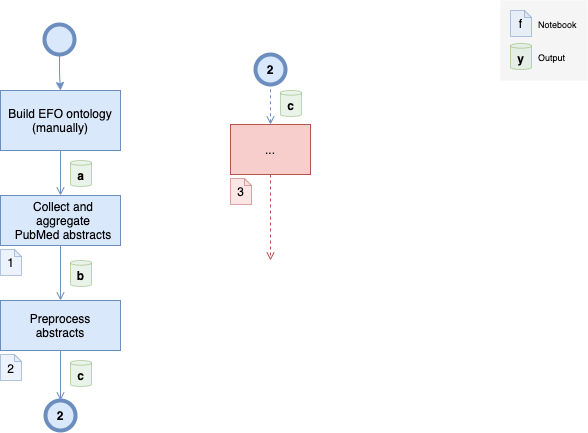
The draw.io diagram docs/pipeline.drawio.png in morteza/CogText, before a commit. Source tidied: cells renumbered, new cells last; positions are measured from the earlier drawing's top-left corner, leaving out a move shared by most shapes.
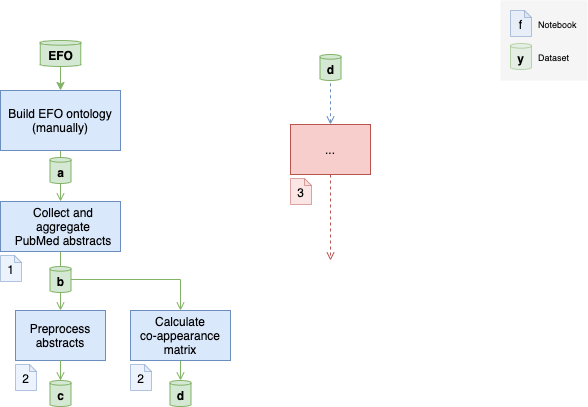
Later version of the same file.

What changed in the source:
```diff
@@ -2,10 +2,10 @@
   <root>
     <mxCell id="0" />
     <mxCell id="1" parent="0" />
-    <mxCell id="2" style="edgeStyle=orthogonalEdgeStyle;rounded=0;jettySize=auto;html=1;sketch=0;shadow=0;fillColor=#dae8fc;strokeColor=#6c8ebf;endArrow=open;endFill=0;" parent="1" edge="1" source="23" target="19">
+    <mxCell id="2" style="edgeStyle=orthogonalEdgeStyle;rounded=0;jettySize=auto;html=1;sketch=0;shadow=0;fillColor=#d5e8d4;strokeColor=#82b366;endArrow=open;endFill=0;" parent="1" edge="1" source="23" target="19">
       <mxGeometry relative="1" as="geometry" />
     </mxCell>
-    <mxCell id="3" style="edgeStyle=orthogonalEdgeStyle;rounded=0;jettySize=auto;html=1;fillColor=#dae8fc;strokeColor=#6c8ebf;endArrow=open;endFill=0;" parent="1" edge="1" source="4" target="23">
+    <mxCell id="3" style="edgeStyle=orthogonalEdgeStyle;rounded=0;jettySize=auto;html=1;fillColor=#d5e8d4;strokeColor=#82b366;endArrow=open;endFill=0;" parent="1" edge="1" source="4" target="23">
       <mxGeometry relative="1" as="geometry">
         <Array as="points">
           <mxPoint x="60" y="170" />
@@ -16,18 +16,9 @@
     <mxCell id="4" value="Build EFO ontology (manually)" style="whiteSpace=wrap;html=1;shadow=0;fillColor=#dae8fc;strokeColor=#6c8ebf;sketch=0;glass=0;" parent="1" vertex="1">
       <mxGeometry y="90" width="120" height="60" as="geometry" />
     </mxCell>
-    <mxCell id="5" value="&lt;font&gt;b&lt;/font&gt;" style="shape=cylinder3;whiteSpace=wrap;html=1;boundedLbl=1;backgroundOutline=1;size=2.3359222412109375;shadow=0;glass=0;sketch=0;fillColor=#d5e8d4;strokeColor=#82b366;fontStyle=1;opacity=50;" parent="1" vertex="1">
-      <mxGeometry x="70" y="260" width="21" height="26" as="geometry" />
-    </mxCell>
-    <mxCell id="6" style="edgeStyle=orthogonalEdgeStyle;rounded=0;jettySize=auto;html=1;fillColor=#dae8fc;strokeColor=#6c8ebf;endArrow=open;endFill=0;entryX=0.5;entryY=0;entryDx=0;entryDy=0;" parent="1" edge="1" source="19" target="30">
-      <mxGeometry relative="1" as="geometry" />
-    </mxCell>
-    <mxCell id="7" value="&lt;font&gt;a&lt;/font&gt;" style="shape=cylinder3;whiteSpace=wrap;html=1;boundedLbl=1;backgroundOutline=1;size=2.3359222412109375;shadow=0;glass=0;sketch=0;fillColor=#d5e8d4;strokeColor=#82b366;fontStyle=1;opacity=50;" parent="1" vertex="1">
-      <mxGeometry x="70" y="160" width="21" height="26" as="geometry" />
+    <mxCell id="7" value="&lt;font&gt;a&lt;/font&gt;" style="shape=cylinder3;whiteSpace=wrap;html=1;boundedLbl=1;backgroundOutline=1;size=2.3359222412109375;shadow=0;glass=0;sketch=0;strokeColor=#82b366;fontStyle=1;fillColor=#d5e8d4;" parent="1" vertex="1">
+      <mxGeometry x="49.5" y="157" width="21" height="26" as="geometry" />
     </mxCell>
-    <mxCell id="8" value="&lt;font&gt;c&lt;/font&gt;" style="shape=cylinder3;whiteSpace=wrap;html=1;boundedLbl=1;backgroundOutline=1;size=2.3359222412109375;shadow=0;glass=0;sketch=0;fillColor=#d5e8d4;strokeColor=#82b366;fontStyle=1;opacity=50;" parent="1" vertex="1">
-      <mxGeometry x="70" y="360" width="21" height="26" as="geometry" />
-    </mxCell>
     <mxCell id="9" style="group;" parent="1" vertex="1">
       <mxGeometry x="500" width="87" height="80" as="geometry" />
     </mxCell>
@@ -43,34 +34,40 @@
     <mxCell id="13" value="Notebook" style="text;html=1;align=left;verticalAlign=middle;strokeColor=none;fontSize=9;shadow=0;" parent="9" vertex="1">
       <mxGeometry x="36" y="14" width="50" height="20" as="geometry" />
     </mxCell>
-    <mxCell id="14" value="Output" style="text;html=1;align=left;verticalAlign=middle;strokeColor=none;fontSize=9;shadow=0;" parent="9" vertex="1">
-      <mxGeometry x="36" y="47" width="40" height="20" as="geometry" />
+    <mxCell id="14" value="Dataset" style="text;html=1;align=left;verticalAlign=middle;strokeColor=none;fontSize=9;shadow=0;" parent="9" vertex="1">
+      <mxGeometry x="36" y="47" width="50" height="20" as="geometry" />
     </mxCell>
-    <mxCell id="15" style="edgeStyle=orthogonalEdgeStyle;rounded=0;jettySize=auto;html=1;exitX=0.5;exitY=0;exitDx=0;exitDy=0;fontSize=12;fontColor=#000000;endArrow=none;endFill=0;dashed=1;startArrow=open;startFill=0;fillColor=#dae8fc;strokeColor=#6c8ebf;" parent="1" edge="1" source="26" target="31">
+    <mxCell id="15" style="edgeStyle=orthogonalEdgeStyle;rounded=0;jettySize=auto;html=1;exitX=0.5;exitY=0;exitDx=0;exitDy=0;fontSize=12;fontColor=#000000;endArrow=none;endFill=0;dashed=1;startArrow=open;startFill=0;fillColor=#dae8fc;strokeColor=#6c8ebf;" parent="1" edge="1" source="26" target="17">
       <mxGeometry relative="1" as="geometry" />
     </mxCell>
     <mxCell id="16" style="edgeStyle=orthogonalEdgeStyle;rounded=0;jettySize=auto;html=1;dashed=1;fontSize=12;fontColor=#000000;startArrow=none;startFill=0;endArrow=open;endFill=0;fillColor=#f8cecc;strokeColor=#b85450;" parent="1" edge="1" source="26">
       <mxGeometry relative="1" as="geometry">
-        <mxPoint x="270" y="260" as="targetPoint" />
+        <mxPoint x="330" y="260" as="targetPoint" />
       </mxGeometry>
     </mxCell>
-    <mxCell id="17" value="&lt;font&gt;c&lt;/font&gt;" style="shape=cylinder3;whiteSpace=wrap;html=1;boundedLbl=1;backgroundOutline=1;size=2.3359222412109375;shadow=0;glass=0;sketch=0;fillColor=#d5e8d4;strokeColor=#82b366;fontStyle=1;opacity=50;" parent="1" vertex="1">
-      <mxGeometry x="280" y="90" width="21" height="26" as="geometry" />
+    <mxCell id="17" value="&lt;font&gt;d&lt;/font&gt;" style="shape=cylinder3;whiteSpace=wrap;html=1;boundedLbl=1;backgroundOutline=1;size=2.3359222412109375;shadow=0;glass=0;sketch=0;fillColor=#d5e8d4;strokeColor=#82b366;fontStyle=1;" parent="1" vertex="1">
+      <mxGeometry x="319.5" y="54" width="21" height="26" as="geometry" />
     </mxCell>
     <mxCell id="18" style="group;" parent="1" vertex="1">
-      <mxGeometry y="300" width="120" height="80" as="geometry" />
+      <mxGeometry x="15" y="310" width="120" height="96" as="geometry" />
     </mxCell>
     <mxCell id="19" value="Preprocess&lt;br&gt;abstracts" style="whiteSpace=wrap;html=1;shadow=0;fillColor=#dae8fc;strokeColor=#6c8ebf;sketch=0;" parent="18" vertex="1">
-      <mxGeometry width="120" height="50" as="geometry" />
+      <mxGeometry width="90" height="50" as="geometry" />
     </mxCell>
     <mxCell id="20" value="2" style="shape=note;whiteSpace=wrap;html=1;backgroundOutline=1;darkOpacity=0.05;shadow=0;size=7;spacingTop=1;sketch=0;fillColor=#dae8fc;strokeColor=#6c8ebf;opacity=50;" parent="18" vertex="1">
       <mxGeometry y="54" width="21" height="26" as="geometry" />
     </mxCell>
+    <mxCell id="8" value="&lt;font&gt;c&lt;/font&gt;" style="shape=cylinder3;whiteSpace=wrap;html=1;boundedLbl=1;backgroundOutline=1;size=2.3359222412109375;shadow=0;glass=0;sketch=0;fillColor=#d5e8d4;strokeColor=#82b366;fontStyle=1;" parent="18" vertex="1">
+      <mxGeometry x="34.5" y="70" width="21" height="26" as="geometry" />
+    </mxCell>
+    <mxCell id="6" style="edgeStyle=orthogonalEdgeStyle;rounded=0;jettySize=auto;html=1;fillColor=#d5e8d4;strokeColor=#82b366;endArrow=open;endFill=0;entryX=0.5;entryY=0;entryDx=0;entryDy=0;entryPerimeter=0;" parent="18" edge="1" source="19" target="8">
+      <mxGeometry relative="1" as="geometry" />
+    </mxCell>
     <mxCell id="21" style="group;opacity=60;" parent="1" vertex="1">
-      <mxGeometry y="195" width="120" height="80" as="geometry" />
+      <mxGeometry y="201" width="120" height="91" as="geometry" />
     </mxCell>
     <mxCell id="22" style="group;" parent="21" vertex="1">
-      <mxGeometry width="120" height="80" as="geometry" />
+      <mxGeometry width="120" height="91" as="geometry" />
     </mxCell>
     <mxCell id="23" value="Collect and aggregate&lt;br&gt;PubMed abstracts" style="whiteSpace=wrap;html=1;shadow=0;fillColor=#dae8fc;strokeColor=#6c8ebf;sketch=0;verticalAlign=middle;align=center;spacingLeft=6;" parent="22" vertex="1">
       <mxGeometry width="120" height="50" as="geometry" />
@@ -78,8 +75,11 @@
     <mxCell id="24" value="1" style="shape=note;whiteSpace=wrap;html=1;backgroundOutline=1;darkOpacity=0.05;shadow=0;size=7;spacingTop=1;sketch=0;fillColor=#dae8fc;strokeColor=#6c8ebf;opacity=50;" parent="22" vertex="1">
       <mxGeometry y="54" width="21" height="26" as="geometry" />
     </mxCell>
+    <mxCell id="5" value="&lt;font&gt;b&lt;/font&gt;" style="shape=cylinder3;whiteSpace=wrap;html=1;boundedLbl=1;backgroundOutline=1;size=2.3359222412109375;shadow=0;glass=0;sketch=0;fillColor=#d5e8d4;strokeColor=#82b366;fontStyle=1;" parent="22" vertex="1">
+      <mxGeometry x="49.5" y="65" width="21" height="26" as="geometry" />
+    </mxCell>
     <mxCell id="25" style="group;" parent="1" vertex="1">
-      <mxGeometry x="230" y="124" width="80" height="80" as="geometry" />
+      <mxGeometry x="290" y="124" width="80" height="80" as="geometry" />
     </mxCell>
     <mxCell id="26" value="..." style="whiteSpace=wrap;html=1;shadow=0;fillColor=#f8cecc;strokeColor=#b85450;sketch=0;" parent="25" vertex="1">
       <mxGeometry width="80" height="50" as="geometry" />
@@ -87,17 +87,30 @@
     <mxCell id="27" value="3" style="shape=note;whiteSpace=wrap;html=1;backgroundOutline=1;darkOpacity=0.05;shadow=0;size=7;spacingTop=1;sketch=0;fillColor=#f8cecc;strokeColor=#b85450;opacity=50;" parent="25" vertex="1">
       <mxGeometry y="54" width="21" height="26" as="geometry" />
     </mxCell>
-    <mxCell id="28" style="edgeStyle=orthogonalEdgeStyle;rounded=0;jettySize=auto;html=1;fillColor=#dae8fc;strokeColor=#6C8EBF;" parent="1" edge="1" source="29" target="4">
-      <mxGeometry relative="1" as="geometry" />
-    </mxCell>
-    <mxCell id="29" style="ellipse;whiteSpace=wrap;html=1;strokeWidth=4;fillColor=#dae8fc;strokeColor=#6c8ebf;fontStyle=1;" parent="1" vertex="1">
-      <mxGeometry x="44" y="24" width="30" height="30" as="geometry" />
-    </mxCell>
-    <mxCell id="30" value="2" style="ellipse;whiteSpace=wrap;html=1;strokeWidth=4;fillColor=#dae8fc;strokeColor=#6c8ebf;fontStyle=1;" parent="1" vertex="1">
-      <mxGeometry x="45" y="400" width="30" height="30" as="geometry" />
-    </mxCell>
-    <mxCell id="31" value="2" style="ellipse;whiteSpace=wrap;html=1;strokeWidth=4;fillColor=#dae8fc;strokeColor=#6c8ebf;fontStyle=1;" parent="1" vertex="1">
-      <mxGeometry x="255" y="54" width="30" height="30" as="geometry" />
-    </mxCell>
+    <mxCell id="32" style="edgeStyle=orthogonalEdgeStyle;rounded=0;jettySize=auto;html=1;exitX=0.5;exitY=1;exitDx=0;exitDy=0;exitPerimeter=0;fillColor=#d5e8d4;strokeColor=#82b366;" parent="1" edge="1" source="33" target="4">
+      <mxGeometry relative="1" as="geometry" />
+    </mxCell>
+    <mxCell id="33" value="&lt;font&gt;EFO&lt;/font&gt;" style="shape=cylinder3;whiteSpace=wrap;html=1;boundedLbl=1;backgroundOutline=1;size=2.3359222412109375;shadow=0;glass=0;sketch=0;strokeColor=#82b366;fontStyle=1;fillColor=#d5e8d4;" parent="1" vertex="1">
+      <mxGeometry x="39.8" y="40" width="40.5" height="26" as="geometry" />
+    </mxCell>
+    <mxCell id="34" style="edgeStyle=orthogonalEdgeStyle;rounded=0;jettySize=auto;html=1;exitX=0.5;exitY=1;exitDx=0;exitDy=0;entryX=0.5;entryY=0;entryDx=0;entryDy=0;entryPerimeter=0;endArrow=open;endFill=0;fillColor=#d5e8d4;strokeColor=#82b366;" parent="1" edge="1" source="35" target="38">
+      <mxGeometry relative="1" as="geometry" />
+    </mxCell>
+    <mxCell id="35" value="Calculate&lt;br&gt;co-appearance&lt;br&gt;matrix" style="whiteSpace=wrap;html=1;shadow=0;fillColor=#dae8fc;strokeColor=#6c8ebf;sketch=0;" parent="1" vertex="1">
+      <mxGeometry x="130" y="310" width="100" height="50" as="geometry" />
+    </mxCell>
+    <mxCell id="36" style="edgeStyle=orthogonalEdgeStyle;rounded=0;jettySize=auto;html=1;endArrow=open;endFill=0;fillColor=#d5e8d4;strokeColor=#82b366;" parent="1" edge="1" source="5" target="35">
+      <mxGeometry relative="1" as="geometry">
+        <Array as="points">
+          <mxPoint x="180" y="279" />
+        </Array>
+      </mxGeometry>
+    </mxCell>
+    <mxCell id="37" value="2" style="shape=note;whiteSpace=wrap;html=1;backgroundOutline=1;darkOpacity=0.05;shadow=0;size=7;spacingTop=1;sketch=0;fillColor=#dae8fc;strokeColor=#6c8ebf;opacity=50;" parent="1" vertex="1">
+      <mxGeometry x="130" y="364" width="21" height="26" as="geometry" />
+    </mxCell>
+    <mxCell id="38" value="&lt;font&gt;d&lt;/font&gt;" style="shape=cylinder3;whiteSpace=wrap;html=1;boundedLbl=1;backgroundOutline=1;size=2.3359222412109375;shadow=0;glass=0;sketch=0;fillColor=#d5e8d4;strokeColor=#82b366;fontStyle=1;" parent="1" vertex="1">
+      <mxGeometry x="169.5" y="380" width="21" height="26" as="geometry" />
+    </mxCell>
   </root>
 </mxGraphModel>
```
